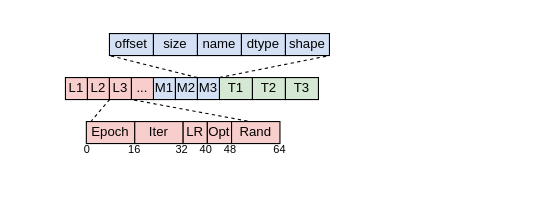
The draw.io diagram fig/P_M.drawio in icszhr/NCheck, before the edit. Source tidied: cells renumbered, new cells numbered last; positions are measured from the earlier drawing's top-left corner, leaving out a move shared by most shapes. Both pictures are drawn from the tidied source at 110%, with x=0, y=0 at pixel (65, 33).
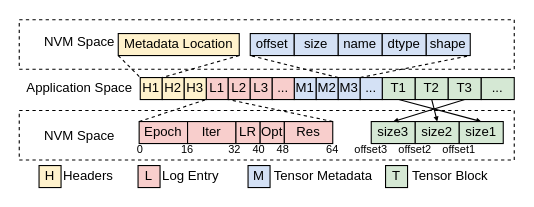
After the change.

Change to the diagram source:
```diff
@@
+    <mxCell id="32" style="rounded=0;whiteSpace=wrap;html=1;fillColor=none;dashed=1;" parent="1" vertex="1">
+      <mxGeometry x="-42" y="-12.5" width="450" height="45" as="geometry" />
+    </mxCell>
+    <mxCell id="33" style="rounded=0;whiteSpace=wrap;html=1;fillColor=none;dashed=1;" parent="1" vertex="1">
+      <mxGeometry x="-42" y="70" width="450" height="45" as="geometry" />
+    </mxCell>
@@
+    <mxCell id="34" style="rounded=0;jettySize=auto;html=1;entryX=0.5;entryY=0;entryDx=0;entryDy=0;exitX=0.5;exitY=1;exitDx=0;exitDy=0;endSize=2;endArrow=block;endFill=1;" parent="1" edge="1" source="3" target="38">
+      <mxGeometry relative="1" as="geometry" />
+    </mxCell>
     <mxCell id="3" value="T1" style="whiteSpace=wrap;html=1;fillColor=#D5E8D4;" parent="1" vertex="1">
-      <mxGeometry x="140" y="40" width="30" height="20" as="geometry" />
+      <mxGeometry x="288" y="40" width="30" height="20" as="geometry" />
     </mxCell>
+    <mxCell id="35" style="rounded=0;jettySize=auto;html=1;entryX=0.5;entryY=0;entryDx=0;entryDy=0;exitX=0.5;exitY=1;exitDx=0;exitDy=0;endSize=2;endArrow=block;endFill=1;" parent="1" edge="1" source="4" target="37">
+      <mxGeometry relative="1" as="geometry" />
+    </mxCell>
     <mxCell id="4" value="T2" style="whiteSpace=wrap;html=1;fillColor=#D5E8D4;" parent="1" vertex="1">
-      <mxGeometry x="170" y="40" width="30" height="20" as="geometry" />
+      <mxGeometry x="318" y="40" width="30" height="20" as="geometry" />
     </mxCell>
     <mxCell id="5" value="T3" style="whiteSpace=wrap;html=1;fillColor=#D5E8D4;" parent="1" vertex="1">
-      <mxGeometry x="200" y="40" width="30" height="20" as="geometry" />
+      <mxGeometry x="348" y="40" width="30" height="20" as="geometry" />
     </mxCell>
     <mxCell id="6" value="M1" style="rounded=0;whiteSpace=wrap;html=1;fillColor=#D4E1F5;" parent="1" vertex="1">
-      <mxGeometry x="80" y="40" width="20" height="20" as="geometry" />
+      <mxGeometry x="208" y="40" width="20" height="20" as="geometry" />
     </mxCell>
     <mxCell id="7" value="M2" style="rounded=0;whiteSpace=wrap;html=1;fillColor=#D4E1F5;" parent="1" vertex="1">
-      <mxGeometry x="100" y="40" width="20" height="20" as="geometry" />
+      <mxGeometry x="228" y="40" width="20" height="20" as="geometry" />
     </mxCell>
     <mxCell id="8" value="M3" style="rounded=0;whiteSpace=wrap;html=1;fillColor=#D4E1F5;" parent="1" vertex="1">
-      <mxGeometry x="120" y="40" width="20" height="20" as="geometry" />
+      <mxGeometry x="248" y="40" width="20" height="20" as="geometry" />
     </mxCell>
     <mxCell id="9" value="L1" style="rounded=0;whiteSpace=wrap;html=1;fillColor=#F8CECC;" parent="1" vertex="1">
-      <mxGeometry y="40" width="20" height="20" as="geometry" />
+      <mxGeometry x="128" y="40" width="20" height="20" as="geometry" />
     </mxCell>
     <mxCell id="10" value="L2" style="rounded=0;whiteSpace=wrap;html=1;fillColor=#F8CECC;" parent="1" vertex="1">
-      <mxGeometry x="20" y="40" width="20" height="20" as="geometry" />
+      <mxGeometry x="148" y="40" width="20" height="20" as="geometry" />
     </mxCell>
     <mxCell id="11" value="L3" style="rounded=0;whiteSpace=wrap;html=1;fillColor=#F8CECC;" parent="1" vertex="1">
-      <mxGeometry x="40" y="40" width="20" height="20" as="geometry" />
+      <mxGeometry x="168" y="40" width="20" height="20" as="geometry" />
     </mxCell>
-    <mxCell id="12" style="endArrow=none;dashed=1;html=1;rounded=0;entryX=0;entryY=1;entryDx=0;entryDy=0;exitX=0;exitY=0;exitDx=0;exitDy=0;" parent="1" edge="1" target="11">
-      <mxGeometry relative="1" as="geometry">
-        <mxPoint x="19" y="85" as="sourcePoint" />
-      </mxGeometry>
+    <mxCell id="12" style="endArrow=none;dashed=1;html=1;rounded=0;entryX=0;entryY=1;entryDx=0;entryDy=0;exitX=0;exitY=0;exitDx=0;exitDy=0;" parent="1" edge="1" source="26" target="9">
+      <mxGeometry relative="1" as="geometry" />
     </mxCell>
-    <mxCell id="13" style="endArrow=none;dashed=1;html=1;rounded=0;entryX=1;entryY=1;entryDx=0;entryDy=0;exitX=1;exitY=0;exitDx=0;exitDy=0;" parent="1" edge="1" target="11">
-      <mxGeometry relative="1" as="geometry">
-        <mxPoint x="195" y="85" as="sourcePoint" />
-      </mxGeometry>
+    <mxCell id="13" style="endArrow=none;dashed=1;html=1;rounded=0;entryX=0;entryY=1;entryDx=0;entryDy=0;exitX=1;exitY=0;exitDx=0;exitDy=0;" parent="1" edge="1" source="30" target="10">
+      <mxGeometry relative="1" as="geometry" />
     </mxCell>
     <mxCell id="14" value="&lt;font style=&quot;font-size: 10px;&quot;&gt;0&lt;/font&gt;" style="text;html=1;align=center;verticalAlign=middle;whiteSpace=wrap;rounded=0;" parent="1" vertex="1">
-      <mxGeometry x="15" y="100" width="10" height="10" as="geometry" />
+      <mxGeometry x="63" y="100" width="10" height="10" as="geometry" />
     </mxCell>
     <mxCell id="15" value="&lt;font style=&quot;font-size: 10px;&quot;&gt;16&lt;/font&gt;" style="text;html=1;align=center;verticalAlign=middle;whiteSpace=wrap;rounded=0;" parent="1" vertex="1">
-      <mxGeometry x="58" y="100" width="10" height="10" as="geometry" />
+      <mxGeometry x="106" y="100" width="10" height="10" as="geometry" />
     </mxCell>
     <mxCell id="16" value="&lt;font style=&quot;font-size: 10px;&quot;&gt;32&lt;/font&gt;" style="text;html=1;align=center;verticalAlign=middle;whiteSpace=wrap;rounded=0;" parent="1" vertex="1">
-      <mxGeometry x="101" y="100" width="10" height="10" as="geometry" />
+      <mxGeometry x="149" y="100" width="10" height="10" as="geometry" />
     </mxCell>
     <mxCell id="17" value="&lt;font style=&quot;font-size: 10px;&quot;&gt;40&lt;/font&gt;" style="text;html=1;align=center;verticalAlign=middle;whiteSpace=wrap;rounded=0;" parent="1" vertex="1">
-      <mxGeometry x="123" y="100" width="10" height="10" as="geometry" />
+      <mxGeometry x="171" y="100" width="10" height="10" as="geometry" />
     </mxCell>
     <mxCell id="18" value="&lt;font style=&quot;font-size: 10px;&quot;&gt;48&lt;/font&gt;" style="text;html=1;align=center;verticalAlign=middle;whiteSpace=wrap;rounded=0;" parent="1" vertex="1">
-      <mxGeometry x="145" y="100" width="10" height="10" as="geometry" />
+      <mxGeometry x="193" y="100" width="10" height="10" as="geometry" />
     </mxCell>
     <mxCell id="19" value="&lt;font style=&quot;font-size: 10px;&quot;&gt;64&lt;/font&gt;" style="text;html=1;align=center;verticalAlign=middle;whiteSpace=wrap;rounded=0;" parent="1" vertex="1">
-      <mxGeometry x="190" y="100" width="10" height="10" as="geometry" />
+      <mxGeometry x="238" y="100" width="10" height="10" as="geometry" />
     </mxCell>
     <mxCell id="20" value="..." style="rounded=0;whiteSpace=wrap;html=1;fillColor=#F8CECC;" parent="1" vertex="1">
-      <mxGeometry x="60" y="40" width="20" height="20" as="geometry" />
+      <mxGeometry x="188" y="40" width="20" height="20" as="geometry" />
     </mxCell>
     <mxCell id="21" value="offset" style="rounded=0;whiteSpace=wrap;html=1;fillColor=#D4E1F5;" parent="1" vertex="1">
-      <mxGeometry x="40" width="40" height="20" as="geometry" />
+      <mxGeometry x="168" width="40" height="20" as="geometry" />
     </mxCell>
     <mxCell id="22" value="size" style="rounded=0;whiteSpace=wrap;html=1;fillColor=#D4E1F5;" parent="1" vertex="1">
-      <mxGeometry x="80" width="40" height="20" as="geometry" />
+      <mxGeometry x="208" width="40" height="20" as="geometry" />
     </mxCell>
     <mxCell id="23" value="name" style="rounded=0;whiteSpace=wrap;html=1;fillColor=#D4E1F5;" parent="1" vertex="1">
-      <mxGeometry x="120" width="40" height="20" as="geometry" />
+      <mxGeometry x="248" width="40" height="20" as="geometry" />
     </mxCell>
     <mxCell id="24" value="dtype" style="rounded=0;whiteSpace=wrap;html=1;fillColor=#D4E1F5;" parent="1" vertex="1">
-      <mxGeometry x="160" width="40" height="20" as="geometry" />
+      <mxGeometry x="288" width="40" height="20" as="geometry" />
     </mxCell>
     <mxCell id="25" value="shape" style="rounded=0;whiteSpace=wrap;html=1;fillColor=#D4E1F5;" parent="1" vertex="1">
-      <mxGeometry x="200" width="40" height="20" as="geometry" />
+      <mxGeometry x="328" width="40" height="20" as="geometry" />
     </mxCell>
     <mxCell id="26" value="Epoch" style="rounded=0;whiteSpace=wrap;html=1;fillColor=#F8CECC;" parent="1" vertex="1">
-      <mxGeometry x="19" y="80" width="44" height="20" as="geometry" />
+      <mxGeometry x="67" y="80" width="44" height="20" as="geometry" />
     </mxCell>
     <mxCell id="27" value="Iter" style="rounded=0;whiteSpace=wrap;html=1;fillColor=#F8CECC;" parent="1" vertex="1">
-      <mxGeometry x="63" y="80" width="44" height="20" as="geometry" />
+      <mxGeometry x="111" y="80" width="44" height="20" as="geometry" />
     </mxCell>
     <mxCell id="28" value="LR" style="rounded=0;whiteSpace=wrap;html=1;fillColor=#F8CECC;" parent="1" vertex="1">
-      <mxGeometry x="107" y="80" width="22" height="20" as="geometry" />
+      <mxGeometry x="155" y="80" width="22" height="20" as="geometry" />
     </mxCell>
     <mxCell id="29" value="Opt" style="rounded=0;whiteSpace=wrap;html=1;fillColor=#F8CECC;" parent="1" vertex="1">
-      <mxGeometry x="129" y="80" width="22" height="20" as="geometry" />
+      <mxGeometry x="177" y="80" width="22" height="20" as="geometry" />
     </mxCell>
-    <mxCell id="30" value="Rand" style="rounded=0;whiteSpace=wrap;html=1;fillColor=#F8CECC;" parent="1" vertex="1">
-      <mxGeometry x="151" y="80" width="44" height="20" as="geometry" />
+    <mxCell id="30" value="Res" style="rounded=0;whiteSpace=wrap;html=1;fillColor=#F8CECC;" parent="1" vertex="1">
+      <mxGeometry x="199" y="80" width="44" height="20" as="geometry" />
     </mxCell>
@@
+    <mxCell id="36" value="size3" style="rounded=0;whiteSpace=wrap;html=1;fillColor=#D5E8D4;" parent="1" vertex="1">
+      <mxGeometry x="278" y="80" width="40" height="20" as="geometry" />
+    </mxCell>
+    <mxCell id="37" value="size2" style="rounded=0;whiteSpace=wrap;html=1;fillColor=#D5E8D4;" parent="1" vertex="1">
+      <mxGeometry x="318" y="80" width="40" height="20" as="geometry" />
+    </mxCell>
+    <mxCell id="38" value="size1" style="rounded=0;whiteSpace=wrap;html=1;fillColor=#D5E8D4;" parent="1" vertex="1">
+      <mxGeometry x="358" y="80" width="40" height="20" as="geometry" />
+    </mxCell>
+    <mxCell id="39" value="&lt;font style=&quot;font-size: 10px;&quot;&gt;offset3&lt;/font&gt;" style="text;html=1;align=center;verticalAlign=middle;whiteSpace=wrap;rounded=0;" parent="1" vertex="1">
+      <mxGeometry x="258" y="100" width="40" height="10" as="geometry" />
+    </mxCell>
+    <mxCell id="40" value="&lt;font style=&quot;font-size: 10px;&quot;&gt;offset2&lt;/font&gt;" style="text;html=1;align=center;verticalAlign=middle;whiteSpace=wrap;rounded=0;" parent="1" vertex="1">
+      <mxGeometry x="298" y="100" width="40" height="10" as="geometry" />
+    </mxCell>
+    <mxCell id="41" value="&lt;font style=&quot;font-size: 10px;&quot;&gt;offset1&lt;/font&gt;" style="text;html=1;align=center;verticalAlign=middle;whiteSpace=wrap;rounded=0;" parent="1" vertex="1">
+      <mxGeometry x="338" y="100" width="40" height="10" as="geometry" />
+    </mxCell>
+    <mxCell id="42" style="rounded=0;jettySize=auto;html=1;entryX=0.5;entryY=0;entryDx=0;entryDy=0;endSize=2;endArrow=block;endFill=1;exitX=0.5;exitY=1;exitDx=0;exitDy=0;" parent="1" edge="1" source="5" target="36">
+      <mxGeometry relative="1" as="geometry" />
+    </mxCell>
+    <mxCell id="43" value="H1" style="rounded=0;whiteSpace=wrap;html=1;fillColor=#FFF2CC;" parent="1" vertex="1">
+      <mxGeometry x="68" y="40" width="20" height="20" as="geometry" />
+    </mxCell>
+    <mxCell id="44" value="NVM Space" style="text;html=1;align=center;verticalAlign=middle;whiteSpace=wrap;rounded=0;" parent="1" vertex="1">
+      <mxGeometry x="-27" y="85" width="80" height="15" as="geometry" />
+    </mxCell>
+    <mxCell id="45" value="Application Space" style="text;html=1;align=center;verticalAlign=middle;whiteSpace=wrap;rounded=0;" parent="1" vertex="1">
+      <mxGeometry x="-37" y="42.5" width="100" height="15" as="geometry" />
+    </mxCell>
+    <mxCell id="46" value="NVM Space" style="text;html=1;align=center;verticalAlign=middle;whiteSpace=wrap;rounded=0;" parent="1" vertex="1">
+      <mxGeometry x="-27" width="80" height="15" as="geometry" />
+    </mxCell>
+    <mxCell id="47" style="rounded=0;jettySize=auto;html=1;exitX=0;exitY=1;exitDx=0;exitDy=0;entryX=0;entryY=0;entryDx=0;entryDy=0;dashed=1;endArrow=none;endFill=0;" parent="1" edge="1" source="48" target="43">
+      <mxGeometry relative="1" as="geometry" />
+    </mxCell>
+    <mxCell id="48" value="Metadata Location" style="rounded=0;whiteSpace=wrap;html=1;fillColor=#FFF2CC;" parent="1" vertex="1">
+      <mxGeometry x="48" width="110" height="20" as="geometry" />
+    </mxCell>
+    <mxCell id="49" value="..." style="rounded=0;whiteSpace=wrap;html=1;fillColor=#D4E1F5;" parent="1" vertex="1">
+      <mxGeometry x="268" y="40" width="20" height="20" as="geometry" />
+    </mxCell>
+    <mxCell id="50" value="..." style="whiteSpace=wrap;html=1;fillColor=#D5E8D4;" parent="1" vertex="1">
+      <mxGeometry x="378" y="40" width="30" height="20" as="geometry" />
+    </mxCell>
+    <mxCell id="51" style="rounded=0;jettySize=auto;html=1;exitX=1;exitY=1;exitDx=0;exitDy=0;entryX=1;entryY=0;entryDx=0;entryDy=0;dashed=1;endArrow=none;endFill=0;" parent="1" edge="1" source="48" target="43">
+      <mxGeometry relative="1" as="geometry" />
+    </mxCell>
+    <mxCell id="52" value="H2" style="rounded=0;whiteSpace=wrap;html=1;fillColor=#FFF2CC;" parent="1" vertex="1">
+      <mxGeometry x="88" y="40" width="20" height="20" as="geometry" />
+    </mxCell>
+    <mxCell id="53" value="H3" style="rounded=0;whiteSpace=wrap;html=1;fillColor=#FFF2CC;" parent="1" vertex="1">
+      <mxGeometry x="108" y="40" width="20" height="20" as="geometry" />
+    </mxCell>
+    <mxCell id="54" value="H" style="rounded=0;whiteSpace=wrap;html=1;fillColor=#FFF2CC;" parent="1" vertex="1">
+      <mxGeometry x="-24" y="120" width="20" height="20" as="geometry" />
+    </mxCell>
+    <mxCell id="55" value="Headers" style="text;html=1;align=center;verticalAlign=middle;whiteSpace=wrap;rounded=0;" parent="1" vertex="1">
+      <mxGeometry x="-4" y="122.5" width="50" height="15" as="geometry" />
+    </mxCell>
+    <mxCell id="56" value="L" style="rounded=0;whiteSpace=wrap;html=1;fillColor=#F8CECC;" parent="1" vertex="1">
+      <mxGeometry x="66" y="120" width="20" height="20" as="geometry" />
+    </mxCell>
+    <mxCell id="57" value="Log Entry" style="text;html=1;align=center;verticalAlign=middle;whiteSpace=wrap;rounded=0;" parent="1" vertex="1">
+      <mxGeometry x="84" y="122.5" width="60" height="15" as="geometry" />
+    </mxCell>
+    <mxCell id="58" value="M" style="rounded=0;whiteSpace=wrap;html=1;fillColor=#D4E1F5;" parent="1" vertex="1">
+      <mxGeometry x="166" y="120" width="20" height="20" as="geometry" />
+    </mxCell>
+    <mxCell id="59" value="Tensor Metadata" style="text;html=1;align=center;verticalAlign=middle;whiteSpace=wrap;rounded=0;" parent="1" vertex="1">
+      <mxGeometry x="184" y="122.5" width="101" height="15" as="geometry" />
+    </mxCell>
+    <mxCell id="60" value="T" style="rounded=0;whiteSpace=wrap;html=1;fillColor=#D5E8D4;" parent="1" vertex="1">
+      <mxGeometry x="291" y="120" width="20" height="20" as="geometry" />
+    </mxCell>
+    <mxCell id="61" value="Tensor Block" style="text;html=1;align=center;verticalAlign=middle;whiteSpace=wrap;rounded=0;" parent="1" vertex="1">
+      <mxGeometry x="311" y="122.5" width="77.5" height="15" as="geometry" />
+    </mxCell>
```
